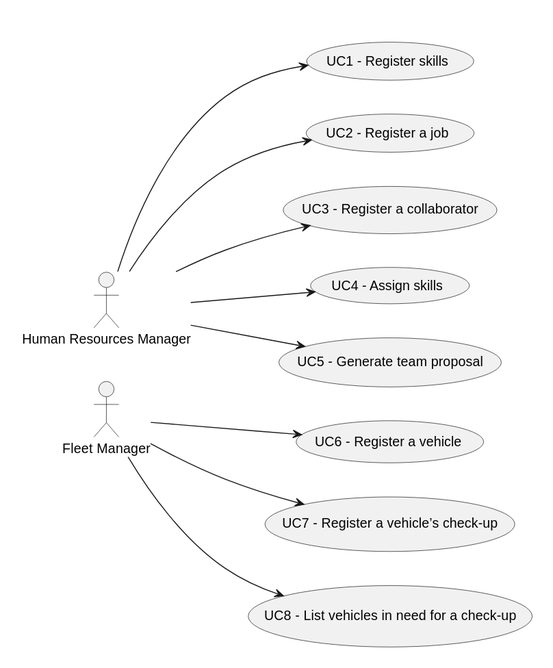
Above: docs/sprintC/global-artifacts/01.requirements-engineering/svg/use-case-diagram.svg in Departamento-de-Engenharia-Informatica/lei-24-s2-1dl-g121 (PlantUML), before the change. The source it was exported from:
```plantuml
@startuml
skinparam packageStyle rectangle

skinparam rectangle{
    BorderColor white
}


left to right direction

rectangle " " as actors {
    actor "Human Resources Manager" as Freelancer
    actor "Fleet Manager" as Employee
}

rectangle " " as usecases{
    usecase "UC1 - Register skills" as UC1
    usecase "UC2 - Register a job" as UC2
    usecase "UC3 - Register a collaborator" as UC3
    usecase "UC4 - Assign skills" as UC4
    usecase "UC5 - Generate team proposal" as UC5
    Freelancer --> UC1
    Freelancer --> UC2
    Freelancer --> UC3
    Freelancer --> UC4
    Freelancer --> UC5
    usecase "UC6 - Register a vehicle" as UC6
    usecase "UC7 - Register a vehicle’s check-up" as UC7
    usecase "UC8 - List vehicles in need for a check-up" as UC8
    Employee --> UC6
    Employee --> UC7
    Employee --> UC8
@enduml
```
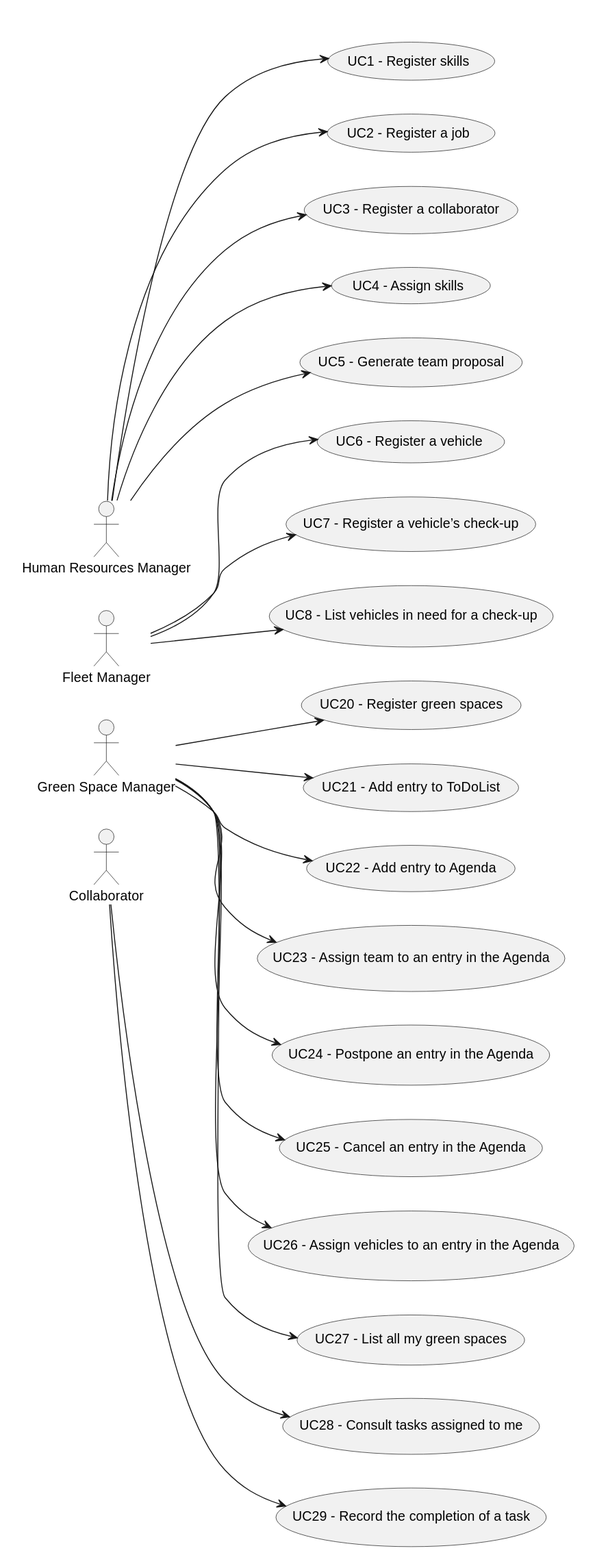
The same file after the commit.

What changed in the source:
```diff
@@ -11,6 +11,8 @@
 rectangle " " as actors {
     actor "Human Resources Manager" as Freelancer
     actor "Fleet Manager" as Employee
+    actor "Green Space Manager" as act
+    actor "Collaborator" as actore
 }
 
 rectangle " " as usecases{
@@ -19,6 +21,20 @@
     usecase "UC3 - Register a collaborator" as UC3
     usecase "UC4 - Assign skills" as UC4
     usecase "UC5 - Generate team proposal" as UC5
+    usecase "UC6 - Assign skills" as UC6
+    usecase "UC7 - Assign skills" as UC7
+    usecase "UC8 - Assign skills" as UC8
+    usecase "UC20 - Register green spaces" as UC20
+    usecase "UC21 - Add entry to ToDoList" as UC21
+    usecase "UC22 - Add entry to Agenda" as UC22
+    usecase "UC23 - Assign team to an entry in the Agenda" as UC23
+    usecase "UC24 - Postpone an entry in the Agenda" as UC24
+    usecase "UC25 - Cancel an entry in the Agenda" as UC25
+    usecase "UC26 - Assign vehicles to an entry in the Agenda" as UC26
+    usecase "UC27 - List all my green spaces" as UC27
+    usecase "UC28 - Consult tasks assigned to me" as UC28
+    usecase "UC29 - Record the completion of a task" as UC29
+
     Freelancer --> UC1
     Freelancer --> UC2
     Freelancer --> UC3
@@ -30,4 +46,14 @@
     Employee --> UC6
     Employee --> UC7
     Employee --> UC8
+    act --> UC20
+    act --> UC21
+    act --> UC22
+    act --> UC23
+    act --> UC24
+    act --> UC25
+    act --> UC26
+    act --> UC27
+    actore --> UC28
+    actore --> UC29
 @enduml
```
